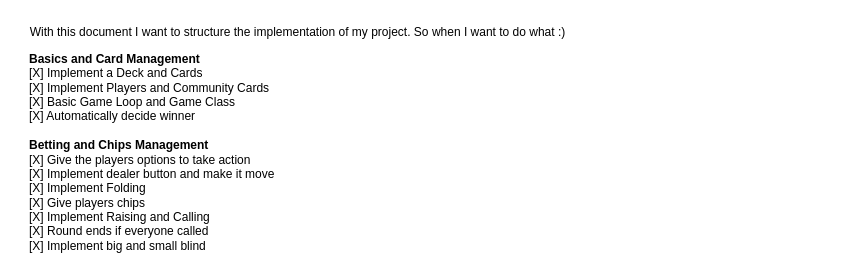
Above: design/tasks.drawio in YSchilling/pokernight (draw.io), before the change. Source tidied: cells renumbered, new cells numbered last; positions are measured from the earlier drawing's top-left corner, leaving out a move shared by most shapes. Both pictures are drawn from the tidied source at 100%, with x=0, y=0 at pixel (17, 17).
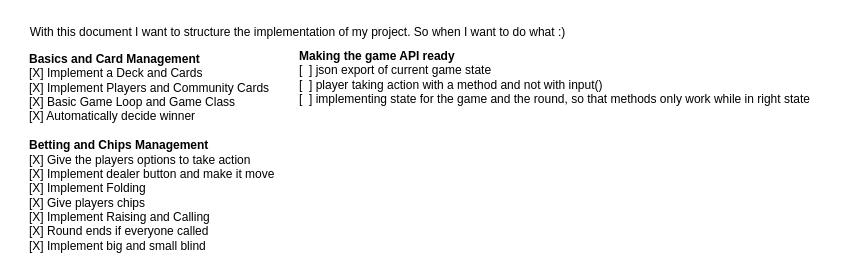
Above is the later version.

Diff of the diagram source:
```diff
@@
 <mxGraphModel>
   <root>
     <mxCell id="0" />
     <mxCell id="1" parent="0" />
     <mxCell id="2" value="With this document I want to structure the implementation of my project. So when I want to do what :)" style="text;html=1;align=center;verticalAlign=middle;strokeColor=none;fillColor=none;" parent="1" vertex="1">
       <mxGeometry width="560" height="30" as="geometry" />
     </mxCell>
     <mxCell id="3" value="&lt;b&gt;Basics and Card Management&lt;/b&gt;&lt;br&gt;[X] Implement a Deck and Cards&lt;br&gt;[X] Implement Players and Community Cards&lt;br&gt;[X] Basic Game Loop and Game Class&lt;br&gt;[X] Automatically decide winner&lt;br&gt;&lt;b&gt;&lt;br&gt;Betting and Chips Management&lt;br&gt;&lt;/b&gt;[X] Give the players options to take action&lt;br&gt;[X] Implement dealer button and make it move&lt;br&gt;[X] Implement Folding&lt;br&gt;[X] Give players chips&lt;br&gt;[X] Implement Raising and Calling&lt;br&gt;[X] Round ends if everyone called&lt;br&gt;[X] Implement big and small blind" style="text;html=1;align=left;verticalAlign=middle;strokeColor=none;fillColor=none;" parent="1" vertex="1">
       <mxGeometry x="10" y="30" width="270" height="210" as="geometry" />
     </mxCell>
+    <mxCell id="4" value="&lt;b&gt;Making the game API ready&lt;/b&gt;&lt;br&gt;[&amp;nbsp; ] json export of current game state&lt;br&gt;[&amp;nbsp; ] player taking action with a method and not with input()&lt;br&gt;[&amp;nbsp; ] implementing state for the game and the round, so that methods only work while in right state" style="text;html=1;align=left;verticalAlign=middle;strokeColor=none;fillColor=none;" parent="1" vertex="1">
+      <mxGeometry x="280" y="25" width="530" height="70" as="geometry" />
+    </mxCell>
   </root>
 </mxGraphModel>
```
